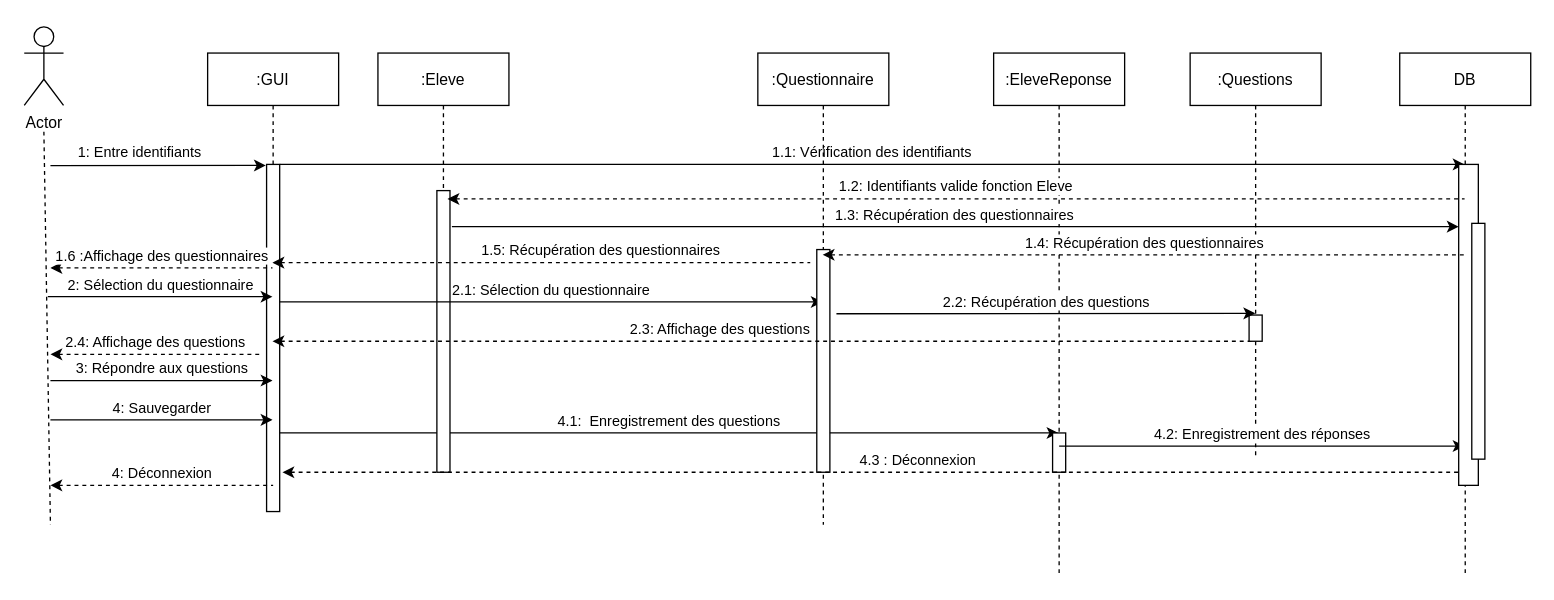
Earlier version of the draw.io diagram DiagramSequenceV2.drawio (Devetik/Diagrammes). Source tidied: cells renumbered, new cells numbered last; positions are measured from the earlier drawing's top-left corner, leaving out a move shared by most shapes. Both pictures are drawn from the tidied source at 131%, with x=0, y=0 at pixel (24, 26).
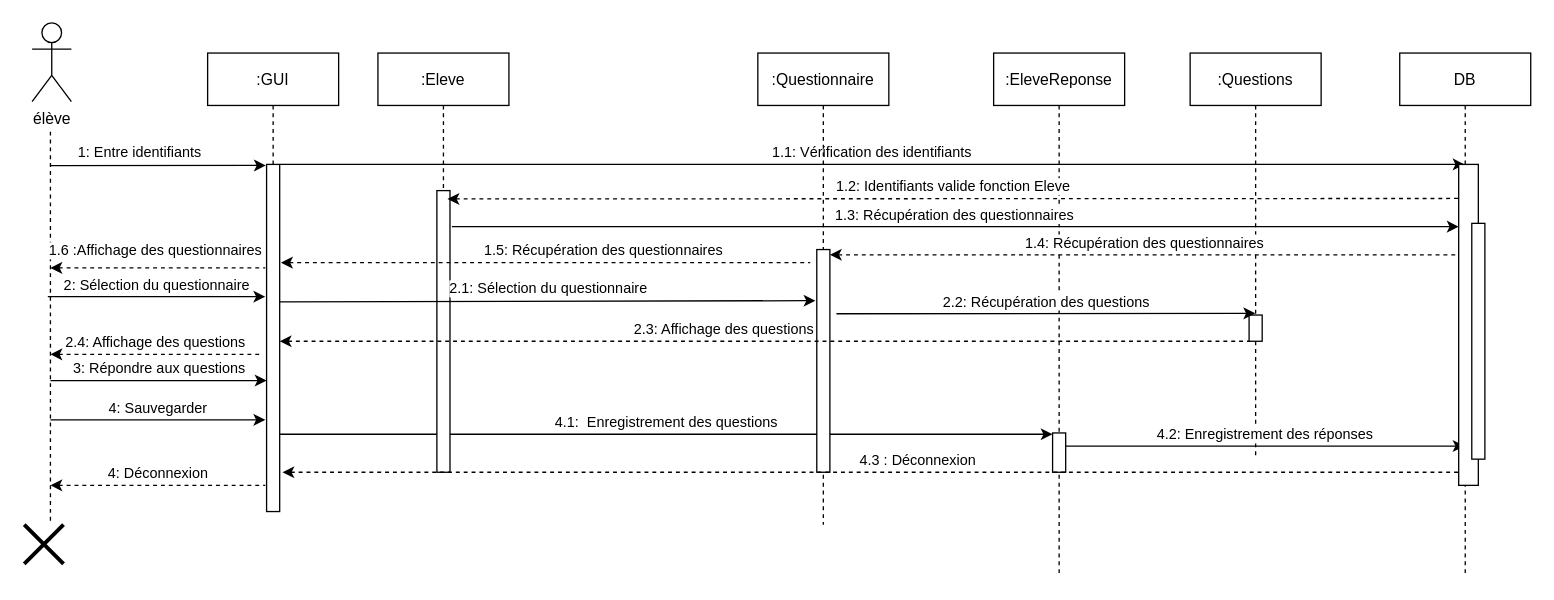
Above is the later version.

Unchanged cells that the change refers to:
```xml
<mxCell id="2" value=":GUI" style="shape=umlLifeline;perimeter=lifelinePerimeter;rounded=0;shadow=0;strokeWidth=1;" parent="1" vertex="1">
  <mxGeometry x="140" y="20" width="100" height="350" as="geometry" />
</mxCell>
<mxCell id="3" style="points=[];perimeter=orthogonalPerimeter;rounded=0;shadow=0;strokeWidth=1;" parent="2" vertex="1">
  <mxGeometry x="45" y="85" width="10" height="265" as="geometry" />
</mxCell>
<mxCell id="6" value=":Eleve" style="shape=umlLifeline;perimeter=lifelinePerimeter;rounded=0;shadow=0;strokeWidth=1;" parent="1" vertex="1">
  <mxGeometry x="270" y="20" width="100" height="320" as="geometry" />
</mxCell>
<mxCell id="9" value=":Questionnaire" style="shape=umlLifeline;perimeter=lifelinePerimeter;rounded=0;shadow=0;strokeWidth=1;" parent="1" vertex="1">
  <mxGeometry x="560" y="20" width="100" height="360" as="geometry" />
</mxCell>
<mxCell id="11" value=":EleveReponse" style="shape=umlLifeline;perimeter=lifelinePerimeter;rounded=0;shadow=0;strokeWidth=1;" parent="1" vertex="1">
  <mxGeometry x="740" y="20" width="100" height="400" as="geometry" />
</mxCell>
<mxCell id="15" value=":Questions" style="shape=umlLifeline;perimeter=lifelinePerimeter;rounded=0;shadow=0;strokeWidth=1;" parent="1" vertex="1">
  <mxGeometry x="890" y="20" width="100" height="310" as="geometry" />
</mxCell>
<mxCell id="21" value="DB" style="shape=umlLifeline;perimeter=lifelinePerimeter;rounded=0;shadow=0;strokeWidth=1;" parent="1" vertex="1">
  <mxGeometry x="1050" y="20" width="100" height="400" as="geometry" />
</mxCell>
```

Diff of the diagram source:
```diff
@@
-    <mxCell id="5" value="4.1:&amp;nbsp; Enregistrement des questions" style="endArrow=classic;html=1;rounded=0;verticalAlign=bottom;" parent="2" edge="1" target="11">
+    <mxCell id="5" value="4.1:&amp;nbsp; Enregistrement des questions" style="endArrow=classic;html=1;rounded=0;verticalAlign=bottom;" parent="2" edge="1" source="3">
       <mxGeometry relative="1" as="geometry">
-        <mxPoint x="55" y="290" as="sourcePoint" />
+        <mxPoint x="645" y="291" as="targetPoint" />
       </mxGeometry>
     </mxCell>
@@
-    <mxCell id="8" value="2.1: Sélection du questionnaire" style="endArrow=classic;html=1;rounded=0;verticalAlign=bottom;" parent="6" edge="1" target="9">
+    <mxCell id="8" value="2.1: Sélection du questionnaire" style="endArrow=classic;html=1;rounded=0;verticalAlign=bottom;" parent="6" edge="1">
       <mxGeometry relative="1" as="geometry">
         <mxPoint x="-75" y="190" as="sourcePoint" />
+        <mxPoint x="334" y="189" as="targetPoint" />
       </mxGeometry>
     </mxCell>
@@
-    <mxCell id="13" value="Actor" style="shape=umlActor;verticalLabelPosition=bottom;verticalAlign=top;html=1;" parent="1" vertex="1">
-      <mxGeometry width="30" height="60" as="geometry" />
+    <mxCell id="13" value="élève" style="shape=umlActor;verticalLabelPosition=bottom;verticalAlign=top;html=1;" parent="1" vertex="1">
+      <mxGeometry x="6" y="-3" width="30" height="60" as="geometry" />
     </mxCell>
     <mxCell id="14" style="endArrow=none;dashed=1;html=1;rounded=0;" parent="1" edge="1">
       <mxGeometry relative="1" as="geometry">
-        <mxPoint x="15" y="80" as="sourcePoint" />
+        <mxPoint x="20" y="80" as="sourcePoint" />
         <mxPoint x="20" y="380" as="targetPoint" />
       </mxGeometry>
     </mxCell>
@@
-    <mxCell id="16" value="2.3: Affichage des questions" style="endArrow=none;html=1;rounded=0;startArrow=classic;startFill=1;endFill=0;dashed=1;verticalAlign=bottom;" parent="15" edge="1" source="2">
+    <mxCell id="16" value="2.3: Affichage des questions" style="endArrow=none;html=1;rounded=0;startArrow=classic;startFill=1;endFill=0;dashed=1;verticalAlign=bottom;" parent="15" edge="1">
       <mxGeometry x="-0.09" relative="1" as="geometry">
+        <mxPoint x="-695" y="220" as="sourcePoint" />
         <mxPoint x="50" y="220" as="targetPoint" />
       </mxGeometry>
     </mxCell>
     <mxCell id="17" value="4.2: Enregistrement des réponses" style="endArrow=classic;html=1;rounded=0;verticalAlign=bottom;" parent="15" edge="1" target="21">
       <mxGeometry relative="1" as="geometry">
-        <mxPoint x="-100" y="300" as="sourcePoint" />
+        <mxPoint x="-95" y="300" as="sourcePoint" />
       </mxGeometry>
     </mxCell>
@@
-    <mxCell id="24" value="1.6 :Affichage des questionnaires" style="endArrow=none;html=1;rounded=0;startArrow=classic;startFill=1;endFill=0;dashed=1;verticalAlign=bottom;" parent="1" edge="1" target="2">
-      <mxGeometry relative="1" as="geometry">
+    <mxCell id="24" value="1.6 :Affichage des questionnaires" style="endArrow=none;html=1;rounded=0;startArrow=classic;startFill=1;endFill=0;dashed=1;verticalAlign=bottom;" parent="1" edge="1">
+      <mxGeometry x="-0.02" y="4" relative="1" as="geometry">
         <mxPoint x="20" y="184" as="sourcePoint" />
+        <mxPoint x="184" y="184" as="targetPoint" />
       </mxGeometry>
     </mxCell>
-    <mxCell id="25" value="2: Sélection du questionnaire" style="endArrow=classic;html=1;rounded=0;verticalAlign=bottom;" parent="1" edge="1" target="2">
+    <mxCell id="25" value="2: Sélection du questionnaire" style="endArrow=classic;html=1;rounded=0;verticalAlign=bottom;" parent="1" edge="1">
       <mxGeometry relative="1" as="geometry">
         <mxPoint x="18" y="206" as="sourcePoint" />
+        <mxPoint x="184" y="206" as="targetPoint" />
       </mxGeometry>
     </mxCell>
@@
-    <mxCell id="27" value="3: Répondre aux questions" style="endArrow=classic;html=1;rounded=0;verticalAlign=bottom;" parent="1" edge="1" target="2">
+    <mxCell id="27" value="3: Répondre aux questions" style="endArrow=classic;html=1;rounded=0;verticalAlign=bottom;" parent="1" edge="1">
       <mxGeometry relative="1" as="geometry">
         <mxPoint x="20" y="270" as="sourcePoint" />
+        <mxPoint x="185" y="270" as="targetPoint" />
       </mxGeometry>
     </mxCell>
-    <mxCell id="28" value="4: Sauvegarder" style="endArrow=classic;html=1;rounded=0;verticalAlign=bottom;" parent="1" edge="1" target="2">
+    <mxCell id="28" value="4: Sauvegarder" style="endArrow=classic;html=1;rounded=0;verticalAlign=bottom;" parent="1" edge="1">
       <mxGeometry relative="1" as="geometry">
         <mxPoint x="20" y="300" as="sourcePoint" />
+        <mxPoint x="184" y="300" as="targetPoint" />
       </mxGeometry>
     </mxCell>
     <mxCell id="29" value="4: Déconnexion" style="endArrow=none;html=1;rounded=0;startArrow=classic;startFill=1;endFill=0;dashed=1;exitX=1.161;exitY=-0.001;exitDx=0;exitDy=0;exitPerimeter=0;verticalAlign=bottom;" parent="1" edge="1">
       <mxGeometry relative="1" as="geometry">
         <mxPoint x="20" y="350" as="sourcePoint" />
-        <mxPoint x="190" y="350" as="targetPoint" />
+        <mxPoint x="184" y="350" as="targetPoint" />
       </mxGeometry>
     </mxCell>
-    <mxCell id="30" value="1.2: Identifiants valide fonction Eleve" style="endArrow=none;html=1;rounded=0;startArrow=classic;startFill=1;endFill=0;dashed=1;exitX=0.531;exitY=0.348;exitDx=0;exitDy=0;exitPerimeter=0;verticalAlign=bottom;" parent="1" edge="1" source="6" target="21">
-      <mxGeometry relative="1" as="geometry" />
+    <mxCell id="30" value="1.2: Identifiants valide fonction Eleve" style="endArrow=none;html=1;rounded=0;startArrow=classic;startFill=1;endFill=0;dashed=1;exitX=0.531;exitY=0.348;exitDx=0;exitDy=0;exitPerimeter=0;verticalAlign=bottom;" parent="1" edge="1" source="6">
+      <mxGeometry relative="1" as="geometry">
+        <mxPoint x="1095" y="131" as="targetPoint" />
+      </mxGeometry>
     </mxCell>
@@
-    <mxCell id="32" value="1.5: Récupération des questionnaires" style="endArrow=none;html=1;rounded=0;startArrow=classic;startFill=1;endFill=0;dashed=1;verticalAlign=bottom;" parent="1" edge="1" source="2">
+    <mxCell id="32" value="1.5: Récupération des questionnaires" style="endArrow=none;html=1;rounded=0;startArrow=classic;startFill=1;endFill=0;dashed=1;verticalAlign=bottom;" parent="1" edge="1">
       <mxGeometry x="0.22" relative="1" as="geometry">
+        <mxPoint x="196" y="180" as="sourcePoint" />
         <mxPoint x="600" y="180" as="targetPoint" />
       </mxGeometry>
     </mxCell>
@@
-    <mxCell id="34" value="1.4: Récupération des questionnaires" style="endArrow=none;html=1;rounded=0;startArrow=classic;startFill=1;endFill=0;dashed=1;verticalAlign=bottom;shadow=0;sketch=0;" parent="1" edge="1" source="9">
+    <mxCell id="34" value="1.4: Récupération des questionnaires" style="endArrow=none;html=1;rounded=0;startArrow=classic;startFill=1;endFill=0;dashed=1;verticalAlign=bottom;shadow=0;sketch=0;" parent="1" edge="1">
       <mxGeometry relative="1" as="geometry">
-        <mxPoint x="1099" y="174" as="targetPoint" />
+        <mxPoint x="615" y="174" as="sourcePoint" />
+        <mxPoint x="1095" y="174" as="targetPoint" />
       </mxGeometry>
     </mxCell>
@@
+    <mxCell id="36" style="shape=umlDestroy;whiteSpace=wrap;html=1;strokeWidth=3;fillColor=default;" parent="1" vertex="1">
+      <mxGeometry y="380" width="30" height="30" as="geometry" />
+    </mxCell>
```
